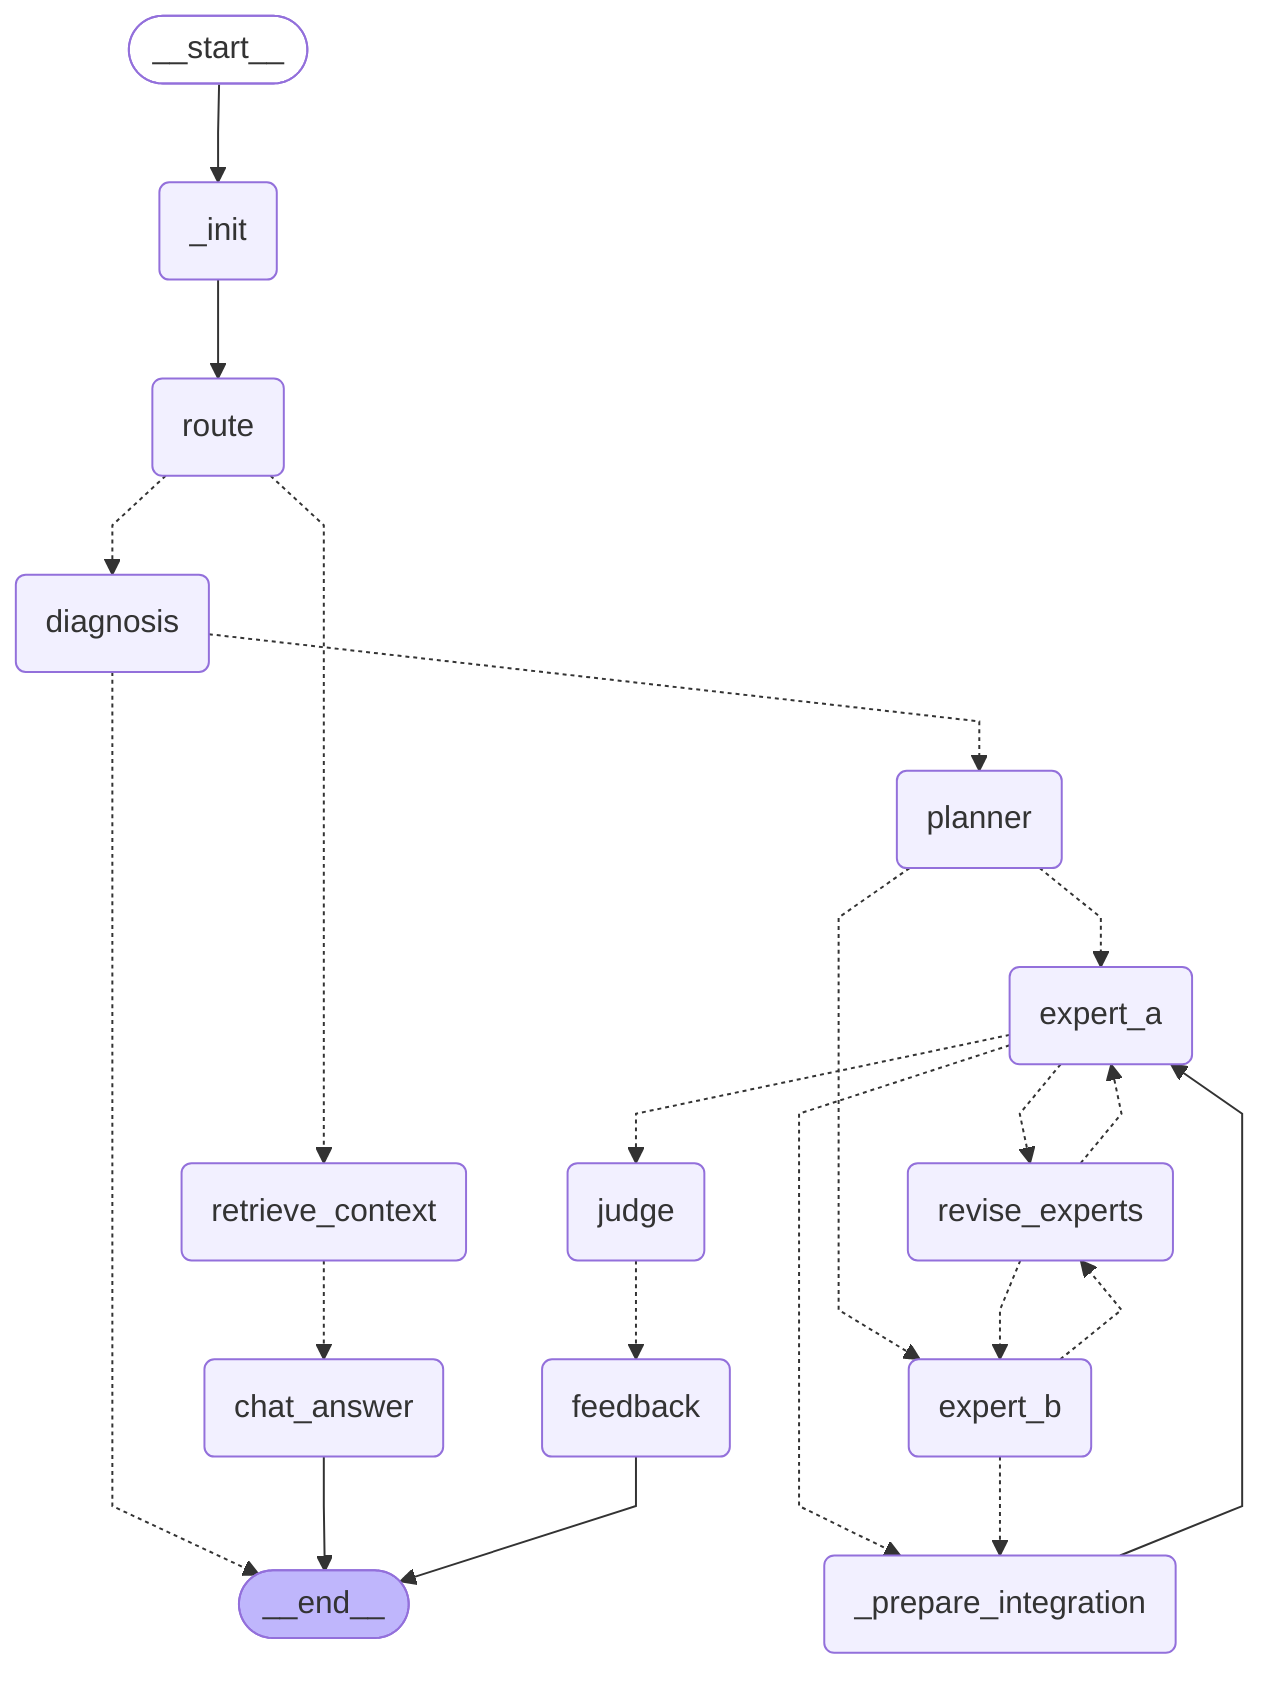
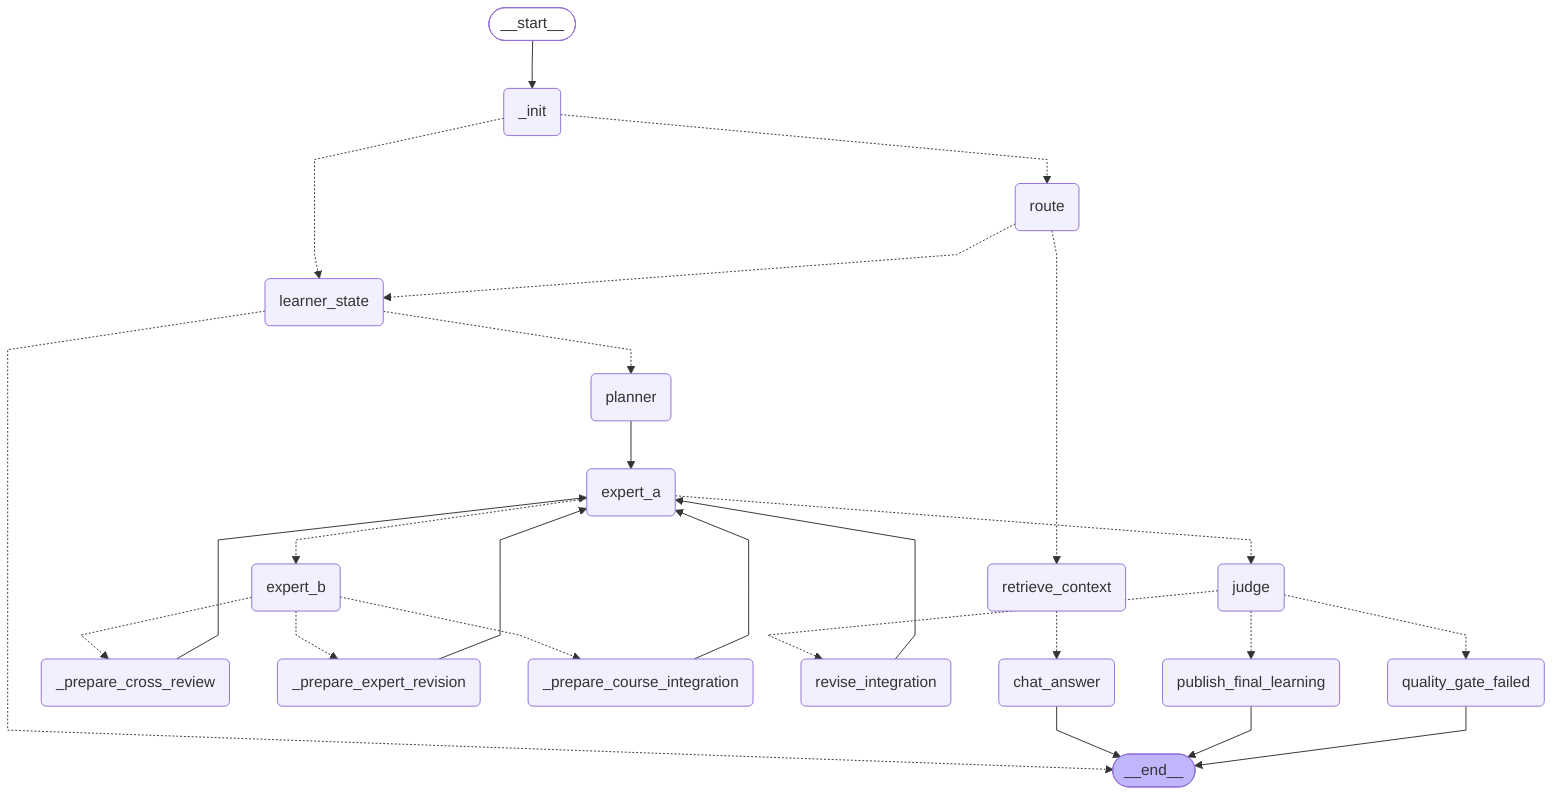
---
config:
  flowchart:
    curve: linear
---
graph TD;
	__start__([<p>__start__</p>]):::first
	_init(_init)
	route(route)
- 	diagnosis(diagnosis)
+ 	learner_state(learner_state)
	planner(planner)
	retrieve_context(retrieve_context)
	chat_answer(chat_answer)
	expert_a(expert_a)
	expert_b(expert_b)
	judge(judge)
- 	feedback(feedback)
- 	revise_experts(revise_experts)
- 	_prepare_integration(_prepare_integration)
+ 	_prepare_cross_review(_prepare_cross_review)
+ 	_prepare_expert_revision(_prepare_expert_revision)
+ 	_prepare_course_integration(_prepare_course_integration)
+ 	revise_integration(revise_integration)
+ 	publish_final_learning(publish_final_learning)
+ 	quality_gate_failed(quality_gate_failed)
	__end__([<p>__end__</p>]):::last
	__start__ --> _init;
- 	_init --> route;
- 	_prepare_integration --> expert_a;
- 	diagnosis -.-> __end__;
- 	diagnosis -.-> planner;
- 	expert_a -.-> _prepare_integration;
+ 	_init -.-> learner_state;
+ 	_init -.-> route;
+ 	_prepare_course_integration --> expert_a;
+ 	_prepare_cross_review --> expert_a;
+ 	_prepare_expert_revision --> expert_a;
+ 	expert_a -.-> expert_b;
	expert_a -.-> judge;
- 	expert_a -.-> revise_experts;
- 	expert_b -.-> _prepare_integration;
- 	expert_b -.-> revise_experts;
- 	judge -.-> feedback;
- 	planner -.-> expert_a;
- 	planner -.-> expert_b;
+ 	expert_b -.-> _prepare_course_integration;
+ 	expert_b -.-> _prepare_cross_review;
+ 	expert_b -.-> _prepare_expert_revision;
+ 	judge -.-> publish_final_learning;
+ 	judge -.-> quality_gate_failed;
+ 	judge -.-> revise_integration;
+ 	learner_state -.-> __end__;
+ 	learner_state -.-> planner;
+ 	planner --> expert_a;
	retrieve_context -.-> chat_answer;
- 	revise_experts -.-> expert_a;
- 	revise_experts -.-> expert_b;
- 	route -.-> diagnosis;
+ 	revise_integration --> expert_a;
+ 	route -.-> learner_state;
	route -.-> retrieve_context;
	chat_answer --> __end__;
- 	feedback --> __end__;
+ 	publish_final_learning --> __end__;
+ 	quality_gate_failed --> __end__;
	classDef default fill:#f2f0ff,line-height:1.2
	classDef first fill-opacity:0
	classDef last fill:#bfb6fc
